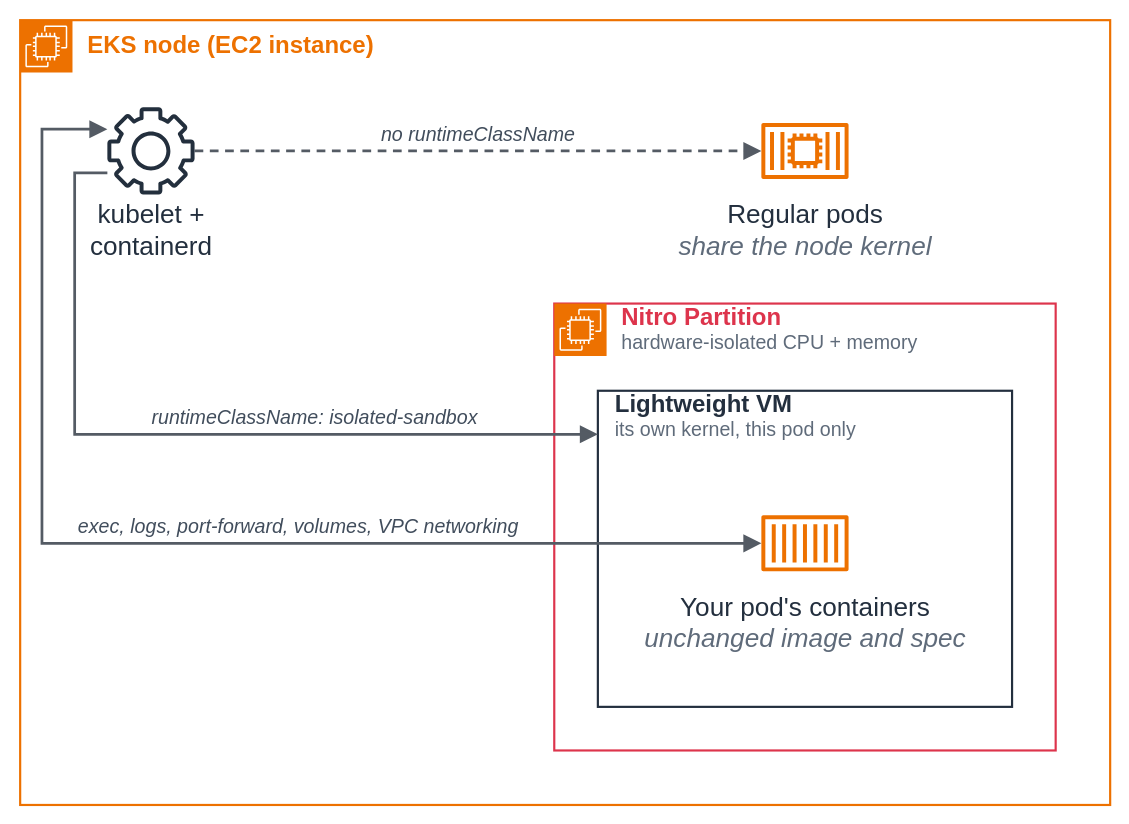
aws-samples/sample-eks-nitro-sandbox keeps this draw.io diagram as examples/images/figure-1-isolation-boundary.drawio. Above is the earlier version. Source tidied: cells renumbered, new cells numbered last; positions are measured from the earlier drawing's top-left corner, leaving out a move shared by most shapes. Both pictures are drawn from the tidied source at 109%, with x=0, y=0 at pixel (20, 20).
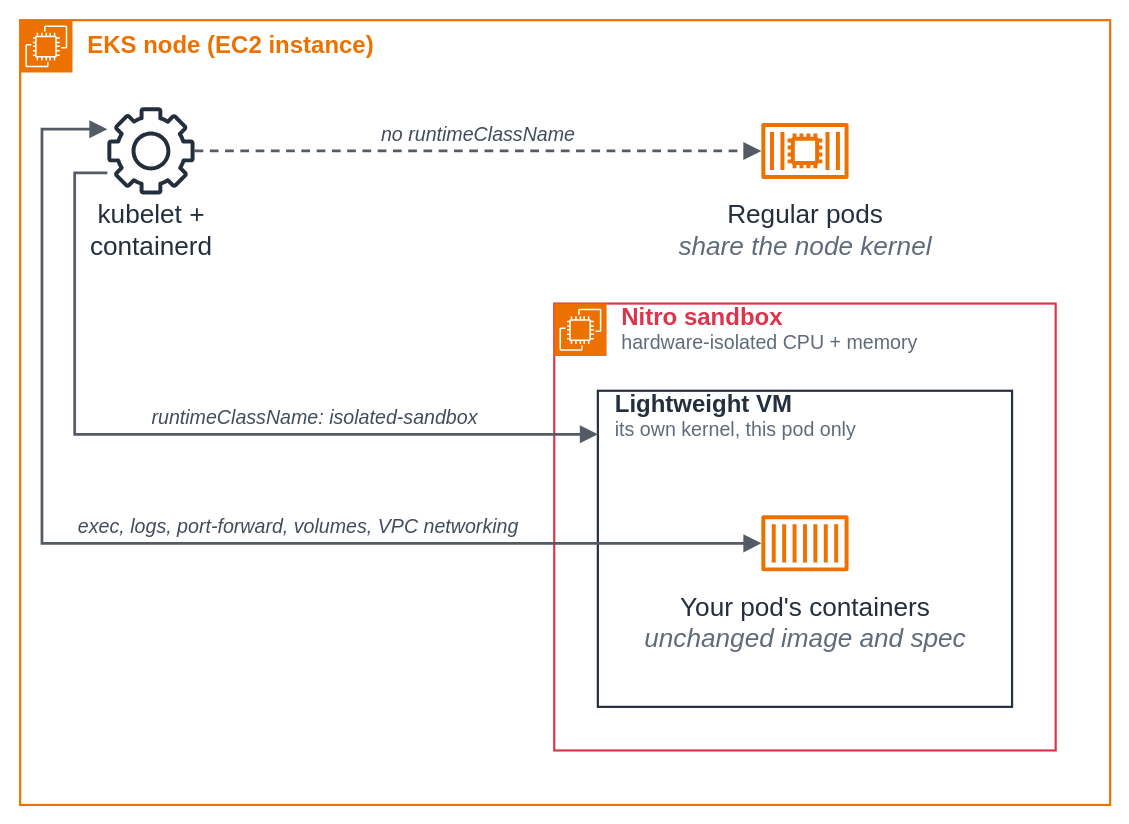
Above is the later version.

The edit, as a diff of the source:
```diff
@@
 <mxGraphModel background="#ffffff">
   <root>
     <mxCell id="0" />
     <mxCell id="1" parent="0" />
     <mxCell id="2" value="&lt;div style=&quot;font-size:22px;line-height:26.40px&quot;&gt;EKS node (EC2 instance)&lt;/div&gt;" style="rounded=0;html=1;whiteSpace=nowrap;strokeColor=#ED7100;fillColor=none;strokeWidth=2;dashed=0;verticalAlign=top;align=left;spacing=0;spacingLeft=62;spacingTop=6.417;fontSize=14;fontStyle=1;fontColor=#ED7100;fontFamily=Arial,Helvetica,sans-serif;" parent="1" vertex="1">
       <mxGeometry width="1000" height="720" as="geometry" />
     </mxCell>
     <mxCell id="3" style="sketch=0;fontColor=#232F3E;fillColor=#ED7100;strokeColor=#ffffff;dashed=0;verticalAlign=top;align=center;html=1;fontSize=12;fontStyle=0;shape=mxgraph.aws4.resourceIcon;resIcon=mxgraph.aws4.ec2;" parent="2" vertex="1">
       <mxGeometry width="48" height="48" as="geometry" />
     </mxCell>
-    <mxCell id="4" value="&lt;div style=&quot;font-size:22px;line-height:26.40px&quot;&gt;Nitro Partition&lt;/div&gt;&lt;div style=&quot;font-size:18px;line-height:20.37px&quot;&gt;&lt;span style=&quot;font-weight:normal&quot;&gt;&lt;span style=&quot;color:#5F6B7A&quot;&gt;hardware-isolated CPU + memory&lt;/span&gt;&lt;/span&gt;&lt;/div&gt;" style="rounded=0;html=1;whiteSpace=nowrap;strokeColor=#DD344C;fillColor=none;strokeWidth=2;dashed=0;verticalAlign=top;align=left;spacing=0;spacingLeft=62;spacingTop=-5.583;fontSize=14;fontStyle=1;fontColor=#DD344C;fontFamily=Arial,Helvetica,sans-serif;" parent="2" vertex="1">
+    <mxCell id="4" value="&lt;div style=&quot;font-size:22px;line-height:26.40px&quot;&gt;Nitro sandbox&lt;/div&gt;&lt;div style=&quot;font-size:18px;line-height:20.37px&quot;&gt;&lt;span style=&quot;font-weight:normal&quot;&gt;&lt;span style=&quot;color:#5F6B7A&quot;&gt;hardware-isolated CPU + memory&lt;/span&gt;&lt;/span&gt;&lt;/div&gt;" style="rounded=0;html=1;whiteSpace=nowrap;strokeColor=#DD344C;fillColor=none;strokeWidth=2;dashed=0;verticalAlign=top;align=left;spacing=0;spacingLeft=62;spacingTop=-5.583;fontSize=14;fontStyle=1;fontColor=#DD344C;fontFamily=Arial,Helvetica,sans-serif;" parent="2" vertex="1">
       <mxGeometry x="490" y="260" width="460" height="410" as="geometry" />
     </mxCell>
     <mxCell id="5" style="sketch=0;fontColor=#232F3E;fillColor=#ED7100;strokeColor=#ffffff;dashed=0;verticalAlign=top;align=center;html=1;fontSize=12;fontStyle=0;shape=mxgraph.aws4.resourceIcon;resIcon=mxgraph.aws4.ec2;" parent="4" vertex="1">
       <mxGeometry width="48" height="48" as="geometry" />
     </mxCell>
     <mxCell id="6" value="&lt;div style=&quot;font-size:22px;line-height:26.40px&quot;&gt;Lightweight VM&lt;/div&gt;&lt;div style=&quot;font-size:18px;line-height:20.37px&quot;&gt;&lt;span style=&quot;font-weight:normal&quot;&gt;&lt;span style=&quot;color:#5F6B7A&quot;&gt;its own kernel, this pod only&lt;/span&gt;&lt;/span&gt;&lt;/div&gt;" style="rounded=0;html=1;whiteSpace=nowrap;strokeColor=#232F3E;fillColor=none;strokeWidth=2;dashed=0;verticalAlign=top;align=left;spacing=0;spacingLeft=16;spacingTop=-5.583;fontSize=14;fontStyle=1;fontColor=#232F3E;fontFamily=Arial,Helvetica,sans-serif;" parent="4" vertex="1">
       <mxGeometry x="40" y="80" width="380" height="290" as="geometry" />
     </mxCell>
     <mxCell id="7" value="no runtimeClassName" style="edgeStyle=orthogonalEdgeStyle;rounded=0;html=1;strokeColor=#545B64;strokeWidth=2.5;dashed=1;dashPattern=8 6;fixDash=1;endArrow=block;endFill=1;endSize=10;startArrow=none;startFill=1;startSize=10;exitX=1;exitY=0.5;exitDx=0;exitDy=0;exitPerimeter=0;entryX=0;entryY=0.5;entryDx=0;entryDy=0;entryPerimeter=0;fontSize=18;fontStyle=2;fontColor=#414D5C;fontFamily=Arial,Helvetica,sans-serif;align=center;verticalAlign=middle;spacing=0;labelBackgroundColor=none;" parent="2" edge="1" source="10" target="11">
       <mxGeometry relative="1" as="geometry">
         <mxPoint y="-15" as="offset" />
       </mxGeometry>
     </mxCell>
     <mxCell id="8" value="runtimeClassName: isolated-sandbox" style="edgeStyle=orthogonalEdgeStyle;rounded=0;html=1;strokeColor=#545B64;strokeWidth=2.5;dashed=0;endArrow=block;endFill=1;endSize=10;startArrow=none;startFill=1;startSize=10;exitX=0;exitY=0.75;exitDx=0;exitDy=0;exitPerimeter=0;entryX=0;entryY=0.1379;entryDx=0;entryDy=0;entryPerimeter=0;fontSize=18;fontStyle=2;fontColor=#414D5C;fontFamily=Arial,Helvetica,sans-serif;align=center;verticalAlign=middle;spacing=0;labelBackgroundColor=none;" parent="2" edge="1" source="10" target="6">
       <mxGeometry relative="1" as="geometry">
         <Array as="points">
           <mxPoint x="50" y="140" />
           <mxPoint x="50" y="380" />
         </Array>
         <mxPoint x="115" y="-15" as="offset" />
       </mxGeometry>
     </mxCell>
     <mxCell id="9" value="exec, logs, port-forward, volumes, VPC networking" style="edgeStyle=orthogonalEdgeStyle;rounded=0;html=1;strokeColor=#545B64;strokeWidth=2.5;dashed=0;endArrow=block;endFill=1;endSize=10;startArrow=block;startFill=1;startSize=10;exitX=0;exitY=0.25;exitDx=0;exitDy=0;exitPerimeter=0;entryX=0;entryY=0.5;entryDx=0;entryDy=0;entryPerimeter=0;fontSize=18;fontStyle=2;fontColor=#414D5C;fontFamily=Arial,Helvetica,sans-serif;align=center;verticalAlign=middle;spacing=0;labelBackgroundColor=none;" parent="2" edge="1" source="10" target="12">
       <mxGeometry relative="1" as="geometry">
         <Array as="points">
           <mxPoint x="20" y="100" />
           <mxPoint x="20" y="480" />
         </Array>
         <mxPoint x="125" y="-15" as="offset" />
       </mxGeometry>
     </mxCell>
     <mxCell id="10" value="&lt;div style=&quot;line-height:28.80px&quot;&gt;kubelet +&lt;/div&gt;&lt;div style=&quot;line-height:27.20px&quot;&gt;containerd&lt;/div&gt;" style="sketch=0;outlineConnect=0;gradientColor=none;fillColor=#232F3D;strokeColor=none;dashed=0;verticalLabelPosition=bottom;verticalAlign=top;align=center;html=1;shape=mxgraph.aws4.gear;spacing=0;spacingTop=-0.436;fontSize=24;fontColor=#232F3E;fontStyle=0;fontFamily=Arial,Helvetica,sans-serif;" parent="2" vertex="1">
       <mxGeometry x="80" y="80" width="80" height="80" as="geometry" />
     </mxCell>
     <mxCell id="11" value="&lt;div style=&quot;line-height:28.80px&quot;&gt;Regular pods&lt;/div&gt;&lt;div style=&quot;line-height:27.20px&quot;&gt;&lt;i&gt;&lt;span style=&quot;color:#5F6B7A&quot;&gt;share the node kernel&lt;/span&gt;&lt;/i&gt;&lt;/div&gt;" style="sketch=0;outlineConnect=0;gradientColor=none;fillColor=#ED7100;strokeColor=none;dashed=0;verticalLabelPosition=bottom;verticalAlign=top;align=center;html=1;shape=mxgraph.aws4.container_2;spacing=0;spacingTop=-0.436;fontSize=24;fontColor=#232F3E;fontStyle=0;fontFamily=Arial,Helvetica,sans-serif;" parent="2" vertex="1">
       <mxGeometry x="680" y="80" width="80" height="80" as="geometry" />
     </mxCell>
     <mxCell id="12" value="&lt;div style=&quot;line-height:28.80px&quot;&gt;Your pod's containers&lt;/div&gt;&lt;div style=&quot;line-height:27.20px&quot;&gt;&lt;i&gt;&lt;span style=&quot;color:#5F6B7A&quot;&gt;unchanged image and spec&lt;/span&gt;&lt;/i&gt;&lt;/div&gt;" style="sketch=0;outlineConnect=0;gradientColor=none;fillColor=#ED7100;strokeColor=none;dashed=0;verticalLabelPosition=bottom;verticalAlign=top;align=center;html=1;shape=mxgraph.aws4.container_1;spacing=0;spacingTop=-0.436;fontSize=24;fontColor=#232F3E;fontStyle=0;fontFamily=Arial,Helvetica,sans-serif;" parent="6" vertex="1">
       <mxGeometry x="150" y="100" width="80" height="80" as="geometry" />
     </mxCell>
   </root>
 </mxGraphModel>
```
